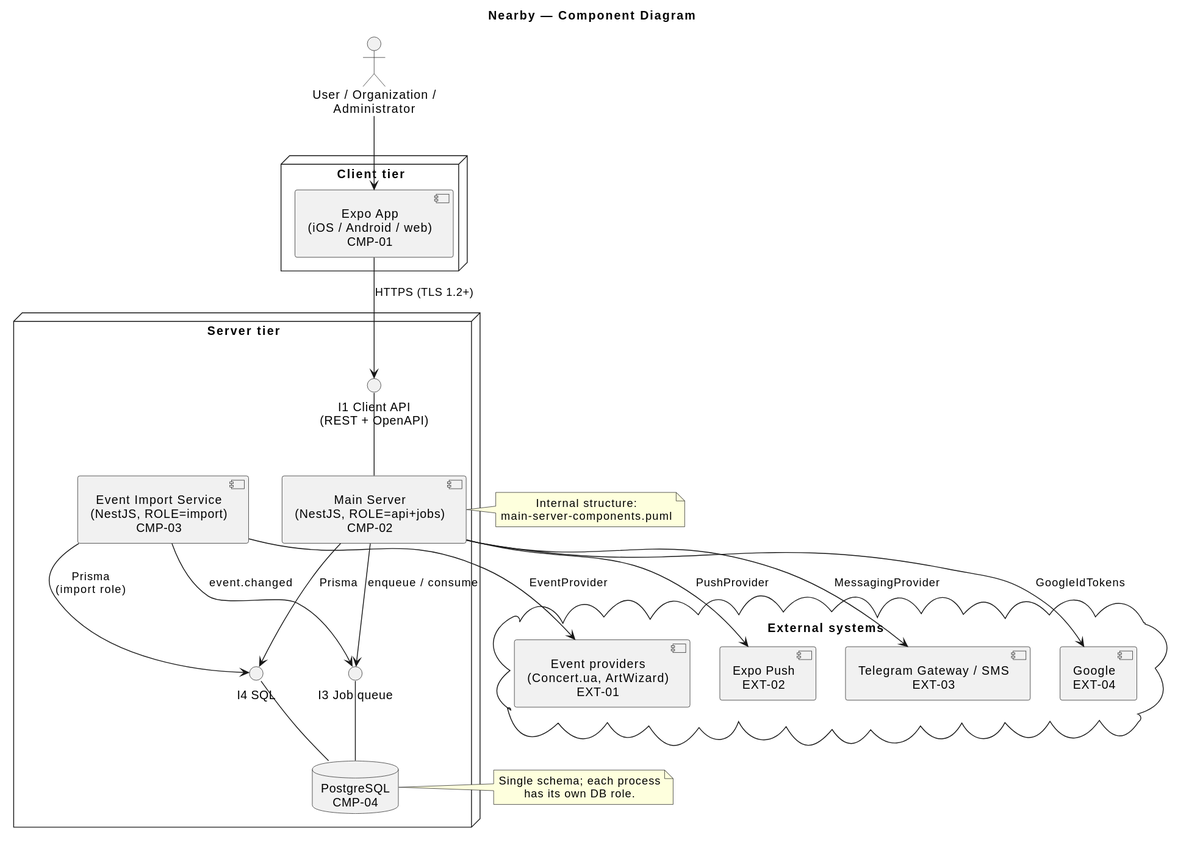
Before: docs/architecture/uml/rendered/component-diagram.svg, a diagram exported from PlantUML (ukma-fin-ssdm-2026/pun-intended-team).
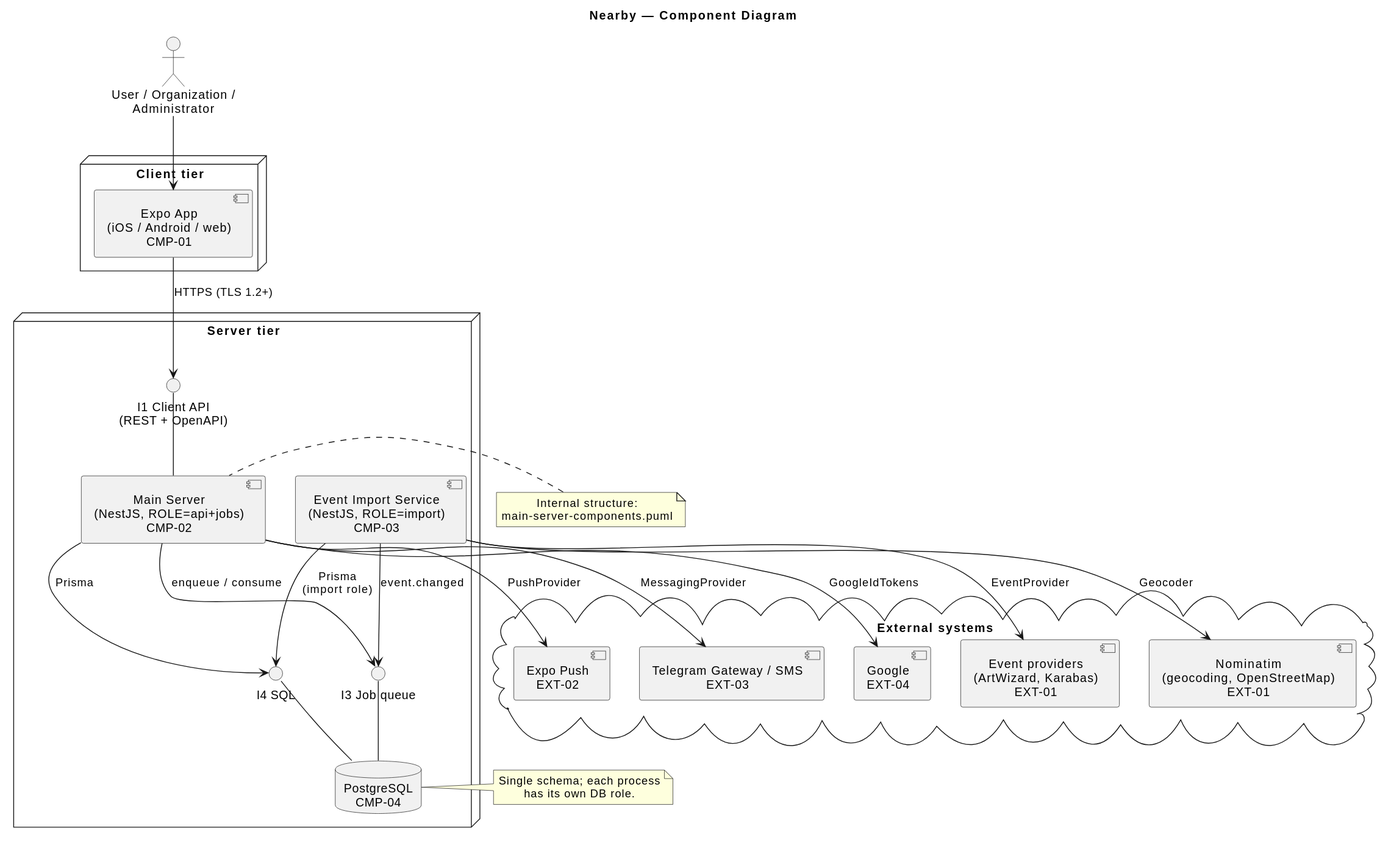
After the change.

Diff of the diagram source:
```diff
@@ -25,7 +25,8 @@
   [Expo Push\nEXT-02] as EXT02
   [Telegram Gateway / SMS\nEXT-03] as EXT03
   [Google\nEXT-04] as EXT04
-  [Event providers\n(Concert.ua, ArtWizard)\nEXT-01] as EXT01
+  [Event providers\n(ArtWizard, Karabas)\nEXT-01] as EXT01
+  [Nominatim\n(geocoding, OpenStreetMap)\nEXT-01] as NOMINATIM
 }
 
 Actor --> CMP01
@@ -43,6 +44,7 @@
 CMP02 -down-> EXT03 : «MessagingProvider»
 CMP02 -down-> EXT04 : «GoogleIdTokens»
 CMP03 -down-> EXT01 : «EventProvider»
+CMP03 -down-> NOMINATIM : «Geocoder»
 
 note right of CMP04
   Single schema; each process
```
